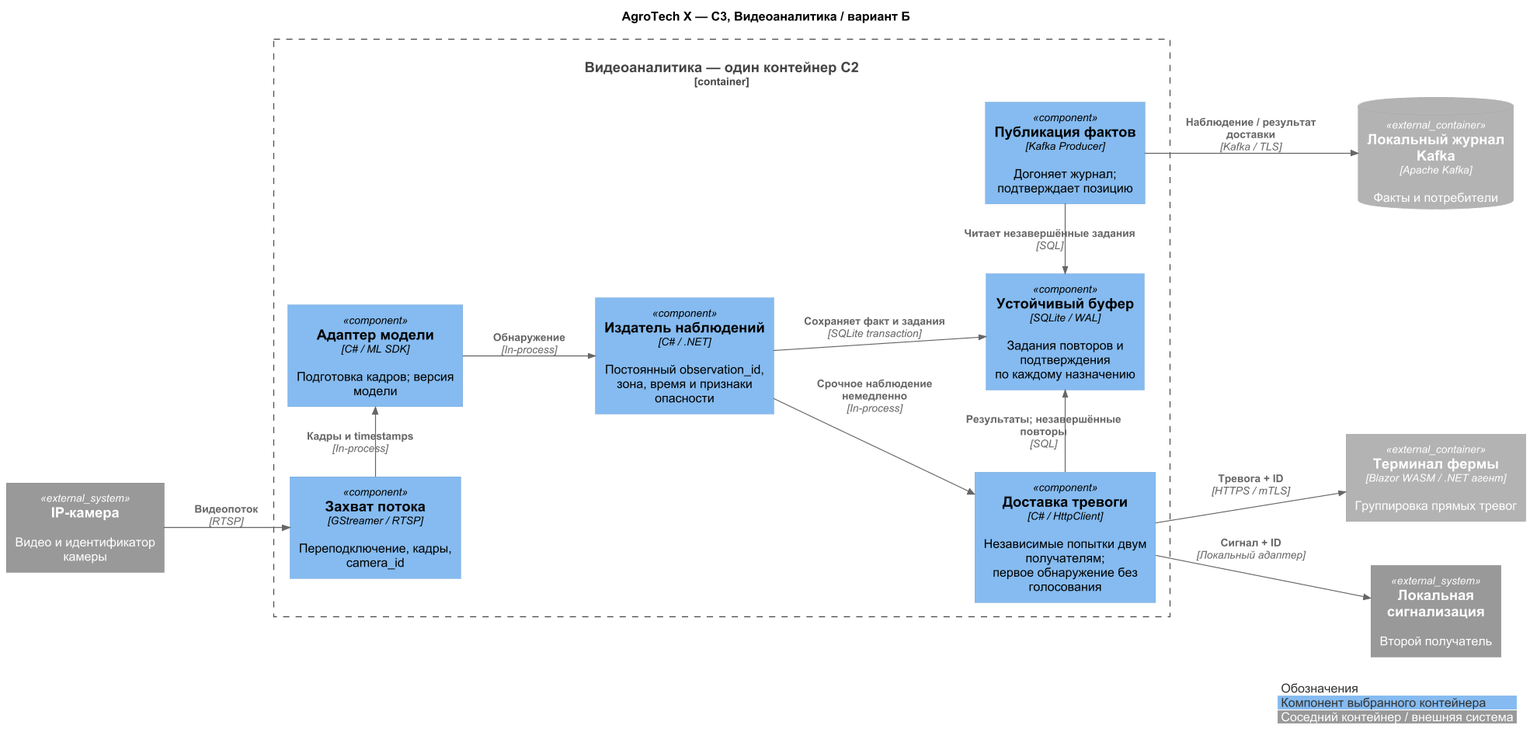
rozhkovsvyat/MSA-AgroTech keeps this PlantUML diagram as Task3/diagrams/c3-variant-b.png. Above is the earlier version.
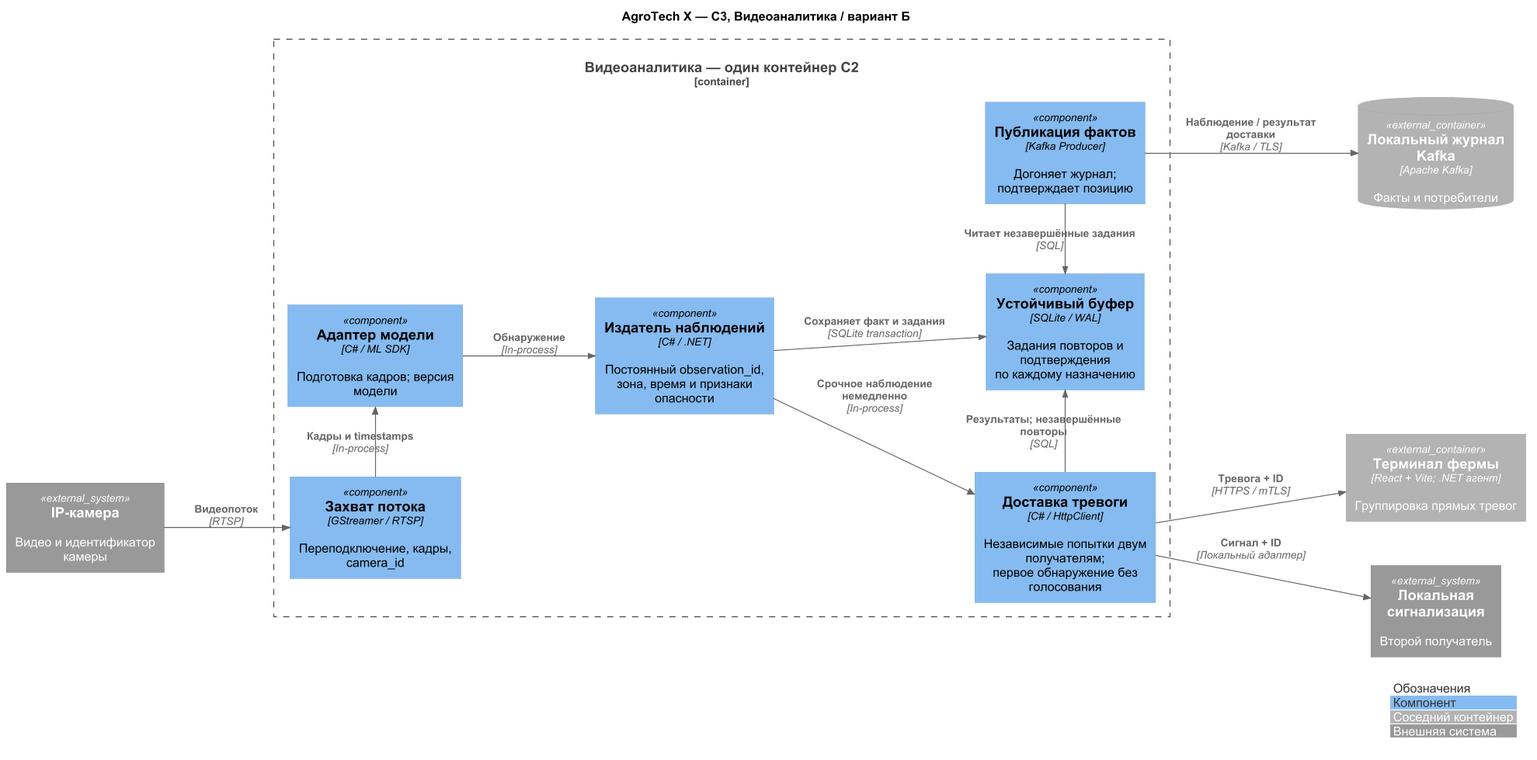
The same file after the commit.

The edit, as a diff of the source:
```diff
@@ -10,7 +10,7 @@
 title AgroTech X — C3, Видеоаналитика / вариант Б
 
 System_Ext(camera, "IP-камера", "Видео и идентификатор камеры")
-Container_Ext(ui, "Терминал фермы", "Blazor WASM / .NET агент", "Группировка прямых тревог")
+Container_Ext(ui, "Терминал фермы", "React + Vite; .NET агент", "Группировка прямых тревог")
 System_Ext(sound, "Локальная сигнализация", "Второй получатель")
 ContainerDb_Ext(journal, "Локальный журнал Kafka", "Apache Kafka", "Факты и потребители")
 Container_Boundary(video, "Видеоаналитика — один контейнер C2") {
@@ -35,7 +35,8 @@
 
 legend right
 |<#FFFFFF><color:#333333> Обозначения |
-|<#85BBF0><color:#333333> Компонент выбранного контейнера |
-|<#999999><color:white> Соседний контейнер / внешняя система |
+|<#85BBF0><color:#333333> Компонент |
+|<#B3B3B3><color:white> Соседний контейнер |
+|<#999999><color:white> Внешняя система |
 endlegend
 @enduml
```
